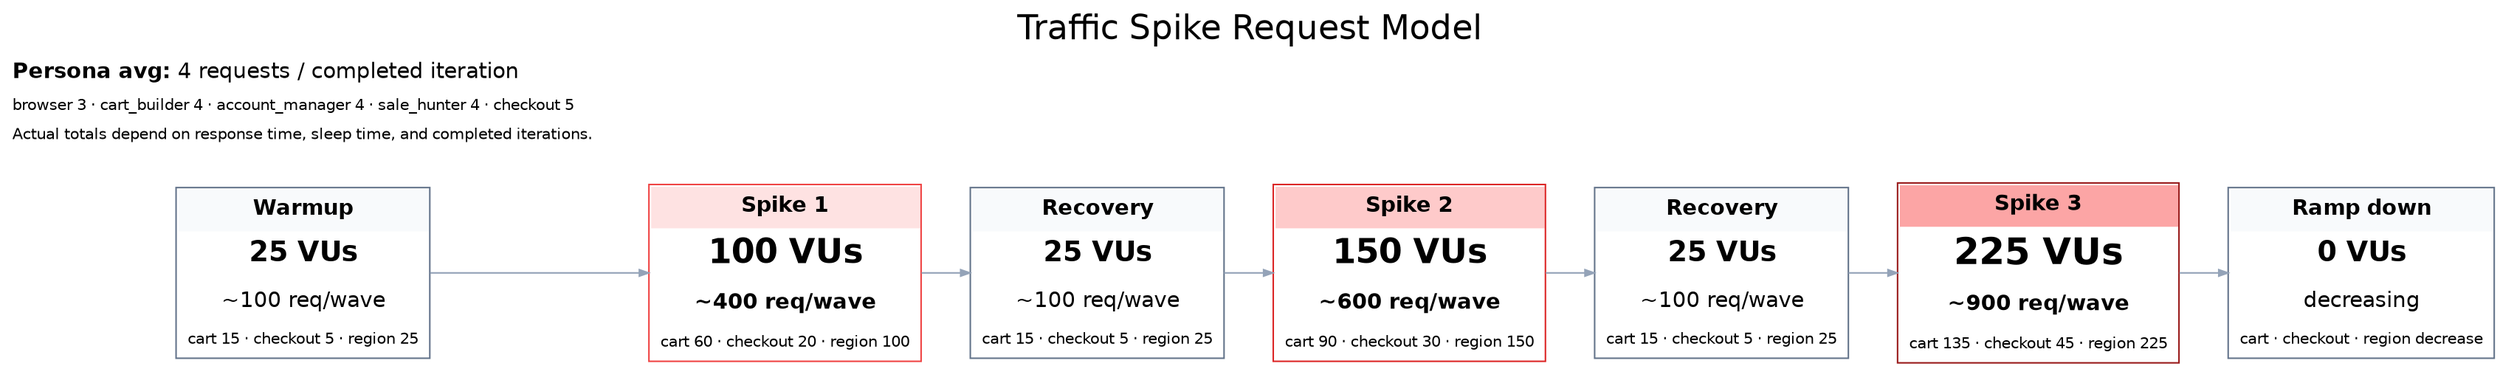
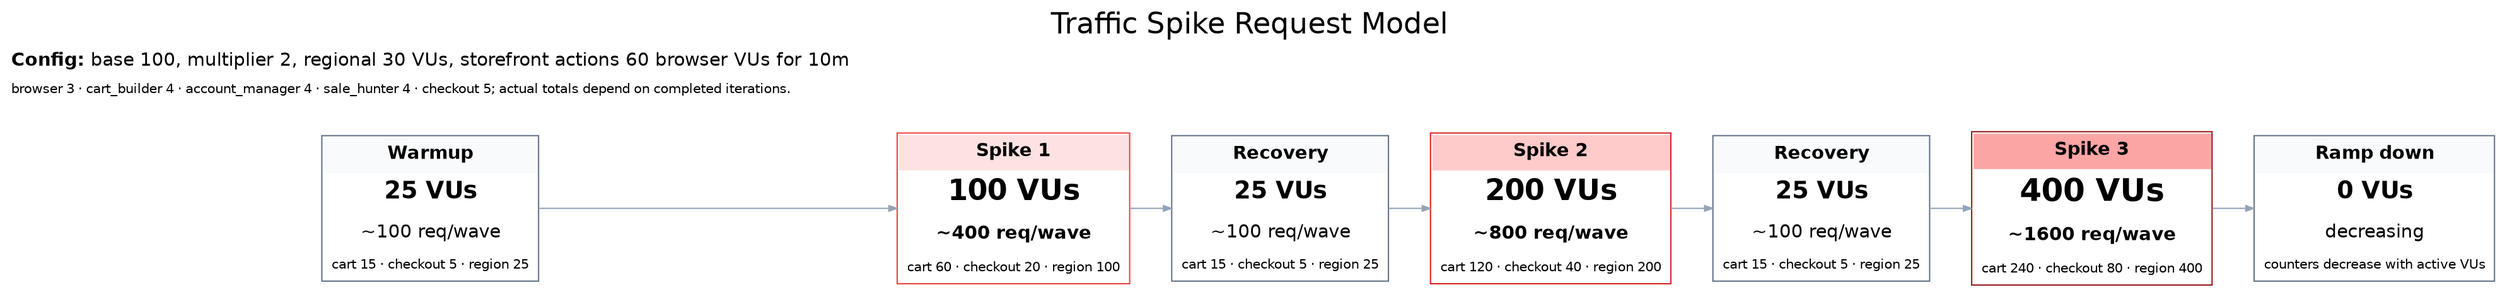
digraph traffic_spike_request_cards {
-   graph [
-     rankdir=LR,
-     labelloc=t,
-     label="Traffic Spike Request Model",
-     fontsize=22,
-     fontname="Helvetica",
-     nodesep=0.35,
-     ranksep=0.45,
-     splines=ortho
-   ];
+   graph [rankdir=LR, labelloc=t, label="Traffic Spike Request Model", fontsize=22, fontname="Helvetica", nodesep=0.35, ranksep=0.45, splines=ortho];
+   node [shape=plain, fontname="Helvetica"];
+   edge [color="#94a3b8", arrowsize=0.6];

-   node [
-     shape=plain,
-     fontname="Helvetica"
-   ];
- 
-   edge [
-     color="#94a3b8",
-     arrowsize=0.6
-   ];
- 
-   warmup [
-     label=<
-       <TABLE BORDER="1" CELLBORDER="0" CELLSPACING="0" CELLPADDING="6" COLOR="#64748b">
-         <TR><TD BGCOLOR="#f8fafc"><B>Warmup</B></TD></TR>
-         <TR><TD><FONT POINT-SIZE="18"><B>25 VUs</B></FONT></TD></TR>
-         <TR><TD>~100 req/wave</TD></TR>
-         <TR><TD><FONT POINT-SIZE="10">cart 15 · checkout 5 · region 25</FONT></TD></TR>
-       </TABLE>
-     >
-   ];
- 
-   spike1 [
-     label=<
-       <TABLE BORDER="1" CELLBORDER="0" CELLSPACING="0" CELLPADDING="6" COLOR="#ef4444">
-         <TR><TD BGCOLOR="#fee2e2"><B>Spike 1</B></TD></TR>
-         <TR><TD><FONT POINT-SIZE="22"><B>100 VUs</B></FONT></TD></TR>
-         <TR><TD><B>~400 req/wave</B></TD></TR>
-         <TR><TD><FONT POINT-SIZE="10">cart 60 · checkout 20 · region 100</FONT></TD></TR>
-       </TABLE>
-     >
-   ];
- 
-   recovery1 [
-     label=<
-       <TABLE BORDER="1" CELLBORDER="0" CELLSPACING="0" CELLPADDING="6" COLOR="#64748b">
-         <TR><TD BGCOLOR="#f8fafc"><B>Recovery</B></TD></TR>
-         <TR><TD><FONT POINT-SIZE="18"><B>25 VUs</B></FONT></TD></TR>
-         <TR><TD>~100 req/wave</TD></TR>
-         <TR><TD><FONT POINT-SIZE="10">cart 15 · checkout 5 · region 25</FONT></TD></TR>
-       </TABLE>
-     >
-   ];
- 
-   spike2 [
-     label=<
-       <TABLE BORDER="1" CELLBORDER="0" CELLSPACING="0" CELLPADDING="6" COLOR="#dc2626">
-         <TR><TD BGCOLOR="#fecaca"><B>Spike 2</B></TD></TR>
-         <TR><TD><FONT POINT-SIZE="22"><B>150 VUs</B></FONT></TD></TR>
-         <TR><TD><B>~600 req/wave</B></TD></TR>
-         <TR><TD><FONT POINT-SIZE="10">cart 90 · checkout 30 · region 150</FONT></TD></TR>
-       </TABLE>
-     >
-   ];
- 
-   recovery2 [
-     label=<
-       <TABLE BORDER="1" CELLBORDER="0" CELLSPACING="0" CELLPADDING="6" COLOR="#64748b">
-         <TR><TD BGCOLOR="#f8fafc"><B>Recovery</B></TD></TR>
-         <TR><TD><FONT POINT-SIZE="18"><B>25 VUs</B></FONT></TD></TR>
-         <TR><TD>~100 req/wave</TD></TR>
-         <TR><TD><FONT POINT-SIZE="10">cart 15 · checkout 5 · region 25</FONT></TD></TR>
-       </TABLE>
-     >
-   ];
- 
-   spike3 [
-     label=<
-       <TABLE BORDER="1" CELLBORDER="0" CELLSPACING="0" CELLPADDING="6" COLOR="#991b1b">
-         <TR><TD BGCOLOR="#fca5a5"><B>Spike 3</B></TD></TR>
-         <TR><TD><FONT POINT-SIZE="24"><B>225 VUs</B></FONT></TD></TR>
-         <TR><TD><B>~900 req/wave</B></TD></TR>
-         <TR><TD><FONT POINT-SIZE="10">cart 135 · checkout 45 · region 225</FONT></TD></TR>
-       </TABLE>
-     >
-   ];
- 
-   rampdown [
-     label=<
-       <TABLE BORDER="1" CELLBORDER="0" CELLSPACING="0" CELLPADDING="6" COLOR="#64748b">
-         <TR><TD BGCOLOR="#f8fafc"><B>Ramp down</B></TD></TR>
-         <TR><TD><FONT POINT-SIZE="18"><B>0 VUs</B></FONT></TD></TR>
-         <TR><TD>decreasing</TD></TR>
-         <TR><TD><FONT POINT-SIZE="10">cart · checkout · region decrease</FONT></TD></TR>
-       </TABLE>
-     >
-   ];
- 
-   legend [
-     label=<
-       <TABLE BORDER="0" CELLBORDER="0" CELLSPACING="0" CELLPADDING="4">
-         <TR><TD ALIGN="LEFT"><B>Persona avg:</B> 4 requests / completed iteration</TD></TR>
-         <TR><TD ALIGN="LEFT"><FONT POINT-SIZE="10">browser 3 · cart_builder 4 · account_manager 4 · sale_hunter 4 · checkout 5</FONT></TD></TR>
-         <TR><TD ALIGN="LEFT"><FONT POINT-SIZE="10">Actual totals depend on response time, sleep time, and completed iterations.</FONT></TD></TR>
-       </TABLE>
-     >
-   ];
+   warmup [label=<
+     <TABLE BORDER="1" CELLBORDER="0" CELLSPACING="0" CELLPADDING="6" COLOR="#64748b"><TR><TD BGCOLOR="#f8fafc"><B>Warmup</B></TD></TR><TR><TD><FONT POINT-SIZE="18"><B>25 VUs</B></FONT></TD></TR><TR><TD>~100 req/wave</TD></TR><TR><TD><FONT POINT-SIZE="10">cart 15 · checkout 5 · region 25</FONT></TD></TR></TABLE>
+   >];
+   spike1 [label=<
+     <TABLE BORDER="1" CELLBORDER="0" CELLSPACING="0" CELLPADDING="6" COLOR="#ef4444"><TR><TD BGCOLOR="#fee2e2"><B>Spike 1</B></TD></TR><TR><TD><FONT POINT-SIZE="22"><B>100 VUs</B></FONT></TD></TR><TR><TD><B>~400 req/wave</B></TD></TR><TR><TD><FONT POINT-SIZE="10">cart 60 · checkout 20 · region 100</FONT></TD></TR></TABLE>
+   >];
+   recovery1 [label=<
+     <TABLE BORDER="1" CELLBORDER="0" CELLSPACING="0" CELLPADDING="6" COLOR="#64748b"><TR><TD BGCOLOR="#f8fafc"><B>Recovery</B></TD></TR><TR><TD><FONT POINT-SIZE="18"><B>25 VUs</B></FONT></TD></TR><TR><TD>~100 req/wave</TD></TR><TR><TD><FONT POINT-SIZE="10">cart 15 · checkout 5 · region 25</FONT></TD></TR></TABLE>
+   >];
+   spike2 [label=<
+     <TABLE BORDER="1" CELLBORDER="0" CELLSPACING="0" CELLPADDING="6" COLOR="#dc2626"><TR><TD BGCOLOR="#fecaca"><B>Spike 2</B></TD></TR><TR><TD><FONT POINT-SIZE="22"><B>200 VUs</B></FONT></TD></TR><TR><TD><B>~800 req/wave</B></TD></TR><TR><TD><FONT POINT-SIZE="10">cart 120 · checkout 40 · region 200</FONT></TD></TR></TABLE>
+   >];
+   recovery2 [label=<
+     <TABLE BORDER="1" CELLBORDER="0" CELLSPACING="0" CELLPADDING="6" COLOR="#64748b"><TR><TD BGCOLOR="#f8fafc"><B>Recovery</B></TD></TR><TR><TD><FONT POINT-SIZE="18"><B>25 VUs</B></FONT></TD></TR><TR><TD>~100 req/wave</TD></TR><TR><TD><FONT POINT-SIZE="10">cart 15 · checkout 5 · region 25</FONT></TD></TR></TABLE>
+   >];
+   spike3 [label=<
+     <TABLE BORDER="1" CELLBORDER="0" CELLSPACING="0" CELLPADDING="6" COLOR="#991b1b"><TR><TD BGCOLOR="#fca5a5"><B>Spike 3</B></TD></TR><TR><TD><FONT POINT-SIZE="24"><B>400 VUs</B></FONT></TD></TR><TR><TD><B>~1600 req/wave</B></TD></TR><TR><TD><FONT POINT-SIZE="10">cart 240 · checkout 80 · region 400</FONT></TD></TR></TABLE>
+   >];
+   rampdown [label=<
+     <TABLE BORDER="1" CELLBORDER="0" CELLSPACING="0" CELLPADDING="6" COLOR="#64748b"><TR><TD BGCOLOR="#f8fafc"><B>Ramp down</B></TD></TR><TR><TD><FONT POINT-SIZE="18"><B>0 VUs</B></FONT></TD></TR><TR><TD>decreasing</TD></TR><TR><TD><FONT POINT-SIZE="10">counters decrease with active VUs</FONT></TD></TR></TABLE>
+   >];
+   legend [label=<
+     <TABLE BORDER="0" CELLBORDER="0" CELLSPACING="0" CELLPADDING="4"><TR><TD ALIGN="LEFT"><B>Config:</B> base 100, multiplier 2, regional 30 VUs, storefront actions 60 browser VUs for 10m</TD></TR><TR><TD ALIGN="LEFT"><FONT POINT-SIZE="10">browser 3 · cart_builder 4 · account_manager 4 · sale_hunter 4 · checkout 5; actual totals depend on completed iterations.</FONT></TD></TR></TABLE>
+   >];

  warmup -> spike1 -> recovery1 -> spike2 -> recovery2 -> spike3 -> rampdown;
- 
  { rank=same; legend }
}
+ 
